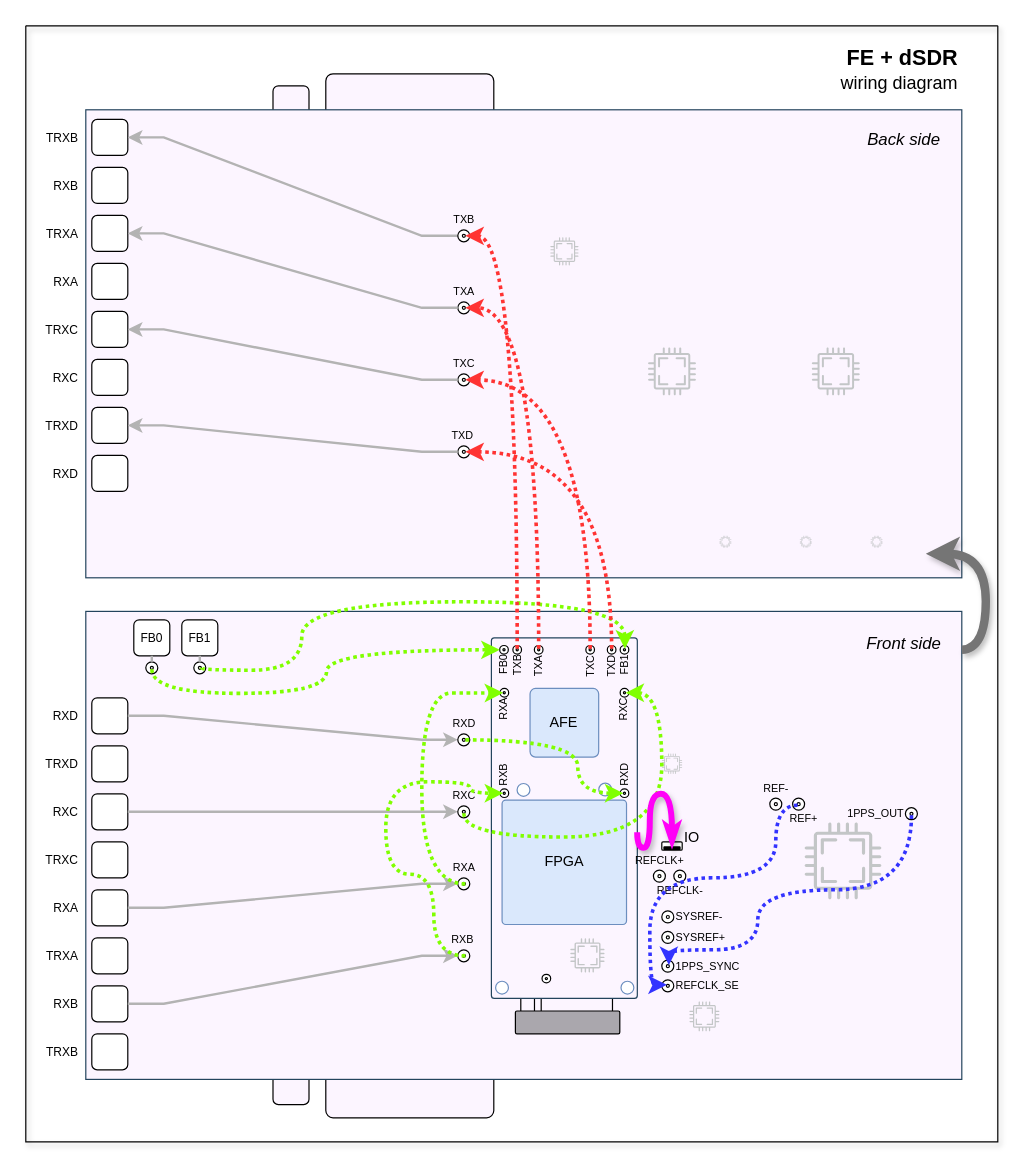
wavelet-lab/docs keeps this draw.io diagram as source/_static/fe/dsdr_wiring.drawio. Above is the earlier version. Source tidied: cells renumbered, new cells numbered last; positions are measured from the earlier drawing's top-left corner, leaving out a move shared by most shapes. Both pictures are drawn from the tidied source at 120%, with x=0, y=0 at pixel (25, 25).
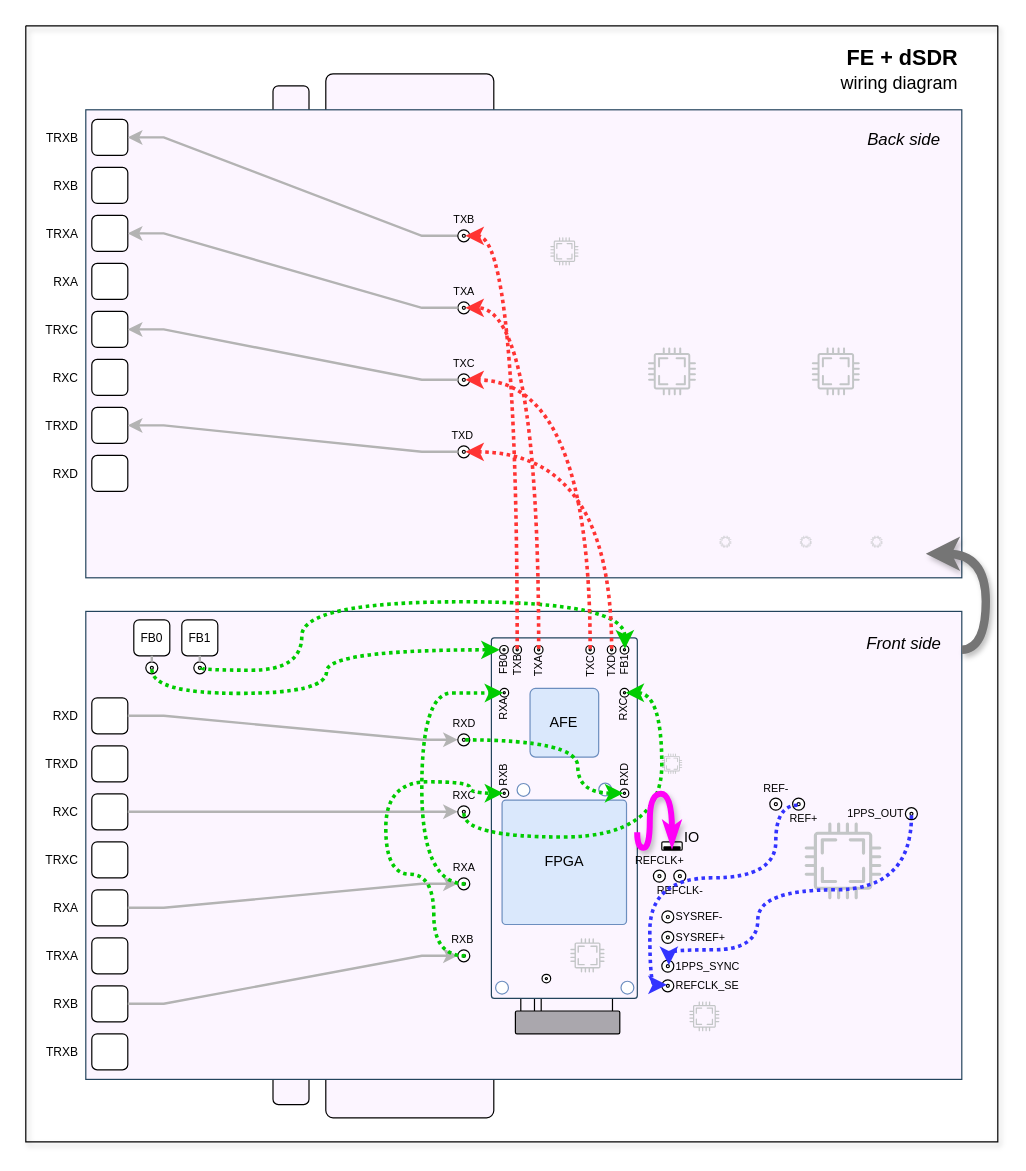
The same page after the edit.

The change refers to these unchanged cells:
```xml
<mxCell id="2" style="swimlane;startSize=0;shadow=1;rounded=0;" parent="1" vertex="1">
  <mxGeometry width="810" height="930" as="geometry" />
</mxCell>
<mxCell id="40" style="ellipse;whiteSpace=wrap;html=1;" parent="38" vertex="1">
  <mxGeometry x="3.8" y="3.8" width="2.5" height="2.5" as="geometry" />
</mxCell>
<mxCell id="58" style="ellipse;whiteSpace=wrap;html=1;" parent="56" vertex="1">
  <mxGeometry x="3.8" y="3.8" width="2.5" height="2.5" as="geometry" />
</mxCell>
<mxCell id="74" style="ellipse;whiteSpace=wrap;html=1;direction=south;labelPosition=center;verticalLabelPosition=top;align=center;verticalAlign=bottom;horizontal=0;" parent="59" vertex="1">
  <mxGeometry x="9.8" y="44.9" width="1.8" height="1.8" as="geometry" />
</mxCell>
<mxCell id="83" value="FB1" style="ellipse;html=1;align=right;labelPosition=center;verticalLabelPosition=top;verticalAlign=middle;fontSize=9;direction=south;horizontal=0;" parent="59" vertex="1">
  <mxGeometry x="107.3" y="6.4" width="7.2" height="7.2" as="geometry" />
</mxCell>
<mxCell id="86" style="ellipse;whiteSpace=wrap;html=1;direction=south;labelPosition=center;verticalLabelPosition=top;align=center;verticalAlign=bottom;horizontal=0;" parent="59" vertex="1">
  <mxGeometry x="110" y="44.9" width="1.8" height="1.8" as="geometry" />
</mxCell>
<mxCell id="88" style="ellipse;whiteSpace=wrap;html=1;direction=south;labelPosition=center;verticalLabelPosition=top;align=center;verticalAlign=bottom;horizontal=0;" parent="59" vertex="1">
  <mxGeometry x="110" y="128.6" width="1.8" height="1.8" as="geometry" />
</mxCell>
<mxCell id="90" style="ellipse;whiteSpace=wrap;html=1;direction=south;labelPosition=center;verticalLabelPosition=top;align=center;verticalAlign=bottom;horizontal=0;" parent="59" vertex="1">
  <mxGeometry x="9.8" y="128.6" width="1.8" height="1.8" as="geometry" />
</mxCell>
<mxCell id="91" value="FB0" style="ellipse;html=1;align=right;labelPosition=center;verticalLabelPosition=top;verticalAlign=middle;fontSize=9;direction=south;horizontal=0;" parent="59" vertex="1">
  <mxGeometry x="6.9" y="6.4" width="7.2" height="7.2" as="geometry" />
</mxCell>
<mxCell id="94" style="ellipse;whiteSpace=wrap;html=1;" parent="2" vertex="1">
  <mxGeometry x="363.8" y="593.8" width="2.5" height="2.5" as="geometry" />
</mxCell>
<mxCell id="98" style="ellipse;whiteSpace=wrap;html=1;" parent="96" vertex="1">
  <mxGeometry x="3.8" y="3.8" width="2.5" height="2.5" as="geometry" />
</mxCell>
<mxCell id="101" style="ellipse;whiteSpace=wrap;html=1;" parent="99" vertex="1">
  <mxGeometry x="3.8" y="3.8" width="2.5" height="2.5" as="geometry" />
</mxCell>
<mxCell id="104" style="ellipse;whiteSpace=wrap;html=1;" parent="102" vertex="1">
  <mxGeometry x="3.8" y="3.8" width="2.5" height="2.5" as="geometry" />
</mxCell>
```

Diff of the diagram source:
```diff
@@
-    <mxCell id="105" style="edgeStyle=orthogonalEdgeStyle;rounded=0;jettySize=auto;html=1;exitX=1;exitY=0.5;exitDx=0;exitDy=0;strokeWidth=3;dashed=1;dashPattern=1 1;strokeColor=#80FF00;curved=1;entryX=0.5;entryY=1;entryDx=0;entryDy=0;" parent="2" edge="1" source="94" target="88">
+    <mxCell id="105" style="edgeStyle=orthogonalEdgeStyle;rounded=0;jettySize=auto;html=1;exitX=1;exitY=0.5;exitDx=0;exitDy=0;strokeWidth=3;dashed=1;dashPattern=1 1;strokeColor=#00CC00;curved=1;entryX=0.5;entryY=1;entryDx=0;entryDy=0;" parent="2" edge="1" source="94" target="88">
       <mxGeometry relative="1" as="geometry">
         <Array as="points">
           <mxPoint x="460" y="595" />
           <mxPoint x="460" y="640" />
         </Array>
       </mxGeometry>
     </mxCell>
-    <mxCell id="106" style="edgeStyle=orthogonalEdgeStyle;rounded=0;jettySize=auto;html=1;exitX=1;exitY=0.5;exitDx=0;exitDy=0;entryX=0.5;entryY=1;entryDx=0;entryDy=0;strokeWidth=3;dashed=1;dashPattern=1 1;strokeColor=#80FF00;curved=1;" parent="2" edge="1" source="101" target="90">
+    <mxCell id="106" style="edgeStyle=orthogonalEdgeStyle;rounded=0;jettySize=auto;html=1;exitX=1;exitY=0.5;exitDx=0;exitDy=0;entryX=0.5;entryY=1;entryDx=0;entryDy=0;strokeWidth=3;dashed=1;dashPattern=1 1;strokeColor=#00CC00;curved=1;" parent="2" edge="1" source="101" target="90">
       <mxGeometry relative="1" as="geometry">
         <Array as="points">
           <mxPoint x="340" y="775" />
           <mxPoint x="340" y="707" />
           <mxPoint x="300" y="707" />
           <mxPoint x="300" y="630" />
           <mxPoint x="370" y="630" />
           <mxPoint x="370" y="640" />
         </Array>
       </mxGeometry>
     </mxCell>
-    <mxCell id="107" style="edgeStyle=orthogonalEdgeStyle;rounded=0;jettySize=auto;html=1;exitX=1;exitY=0.5;exitDx=0;exitDy=0;entryX=0.5;entryY=1;entryDx=0;entryDy=0;strokeWidth=3;dashed=1;dashPattern=1 1;strokeColor=#80FF00;curved=1;" parent="2" edge="1" source="104" target="74">
+    <mxCell id="107" style="edgeStyle=orthogonalEdgeStyle;rounded=0;jettySize=auto;html=1;exitX=1;exitY=0.5;exitDx=0;exitDy=0;entryX=0.5;entryY=1;entryDx=0;entryDy=0;strokeWidth=3;dashed=1;dashPattern=1 1;strokeColor=#00CC00;curved=1;" parent="2" edge="1" source="104" target="74">
       <mxGeometry relative="1" as="geometry">
         <Array as="points">
           <mxPoint x="330" y="715" />
           <mxPoint x="330" y="556" />
           <mxPoint x="380" y="556" />
         </Array>
       </mxGeometry>
     </mxCell>
-    <mxCell id="108" style="edgeStyle=orthogonalEdgeStyle;rounded=0;jettySize=auto;html=1;exitX=0.5;exitY=1;exitDx=0;exitDy=0;entryX=0.5;entryY=0;entryDx=0;entryDy=0;strokeWidth=3;dashed=1;dashPattern=1 1;strokeColor=#80FF00;curved=1;" parent="2" edge="1" source="98" target="86">
+    <mxCell id="108" style="edgeStyle=orthogonalEdgeStyle;rounded=0;jettySize=auto;html=1;exitX=0.5;exitY=1;exitDx=0;exitDy=0;entryX=0.5;entryY=0;entryDx=0;entryDy=0;strokeWidth=3;dashed=1;dashPattern=1 1;strokeColor=#00CC00;curved=1;" parent="2" edge="1" source="98" target="86">
       <mxGeometry relative="1" as="geometry">
         <Array as="points">
           <mxPoint x="365" y="676" />
           <mxPoint x="530" y="676" />
           <mxPoint x="530" y="556" />
         </Array>
       </mxGeometry>
     </mxCell>
-    <mxCell id="109" style="edgeStyle=orthogonalEdgeStyle;rounded=0;jettySize=auto;html=1;exitX=0.5;exitY=1;exitDx=0;exitDy=0;entryX=0.5;entryY=1;entryDx=0;entryDy=0;strokeWidth=3;dashed=1;dashPattern=1 1;strokeColor=#80FF00;curved=1;" parent="2" edge="1" source="40" target="91">
+    <mxCell id="109" style="edgeStyle=orthogonalEdgeStyle;rounded=0;jettySize=auto;html=1;exitX=0.5;exitY=1;exitDx=0;exitDy=0;entryX=0.5;entryY=1;entryDx=0;entryDy=0;strokeWidth=3;dashed=1;dashPattern=1 1;strokeColor=#00CC00;curved=1;" parent="2" edge="1" source="40" target="91">
       <mxGeometry relative="1" as="geometry" />
     </mxCell>
-    <mxCell id="110" style="edgeStyle=orthogonalEdgeStyle;rounded=0;jettySize=auto;html=1;exitX=1;exitY=0.5;exitDx=0;exitDy=0;entryX=0.37;entryY=0.454;entryDx=0;entryDy=0;strokeWidth=3;dashed=1;dashPattern=1 1;strokeColor=#80FF00;curved=1;entryPerimeter=0;" parent="2" edge="1" source="58" target="83">
+    <mxCell id="110" style="edgeStyle=orthogonalEdgeStyle;rounded=0;jettySize=auto;html=1;exitX=1;exitY=0.5;exitDx=0;exitDy=0;entryX=0.37;entryY=0.454;entryDx=0;entryDy=0;strokeWidth=3;dashed=1;dashPattern=1 1;strokeColor=#00CC00;curved=1;entryPerimeter=0;" parent="2" edge="1" source="58" target="83">
       <mxGeometry relative="1" as="geometry">
         <Array as="points">
           <mxPoint x="146" y="537" />
           <mxPoint x="230" y="537" />
           <mxPoint x="230" y="480" />
           <mxPoint x="499" y="480" />
         </Array>
       </mxGeometry>
     </mxCell>
```
